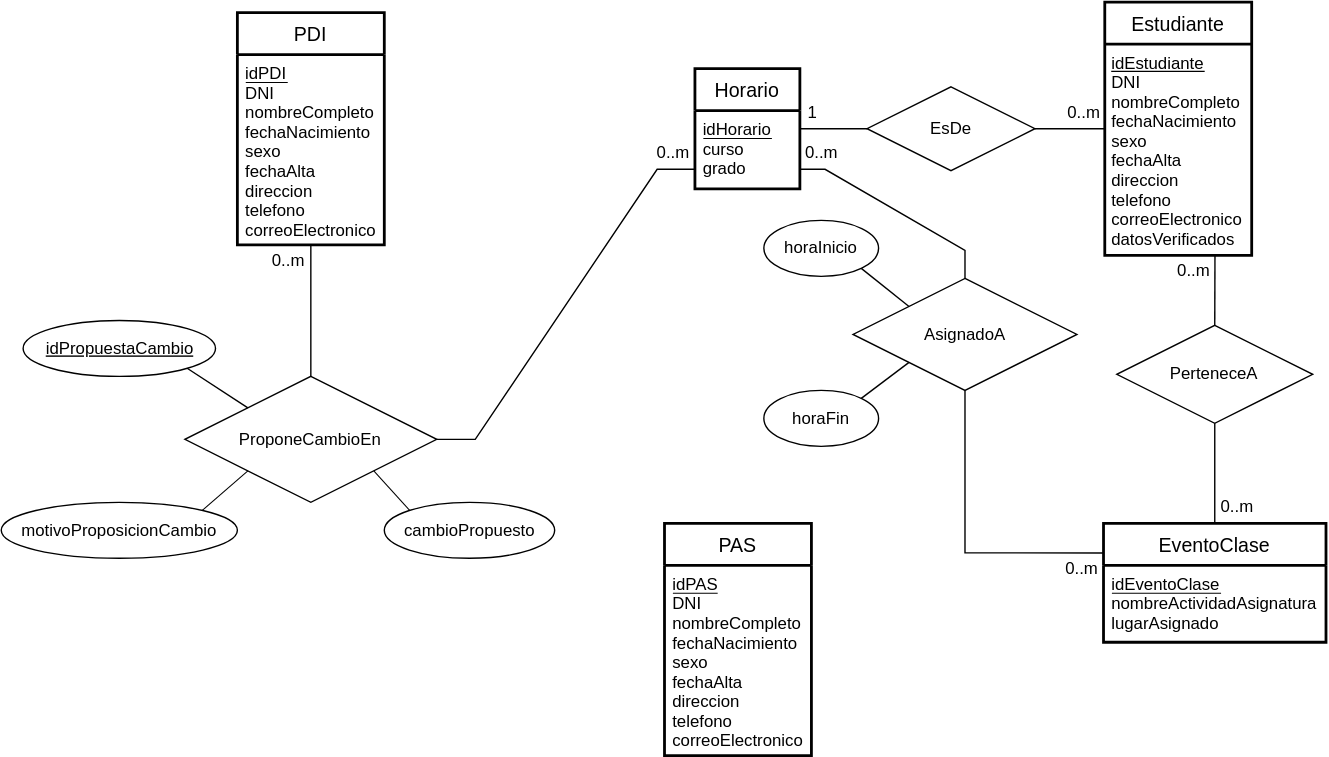
Above: LAB1/out/horarios/ER_horarios.svg in emg842/INRE-UAL-ROJO-2022 (draw.io), before the change. Source tidied: cells renumbered, new cells last; positions are measured from the earlier drawing's top-left corner, leaving out a move shared by most shapes.
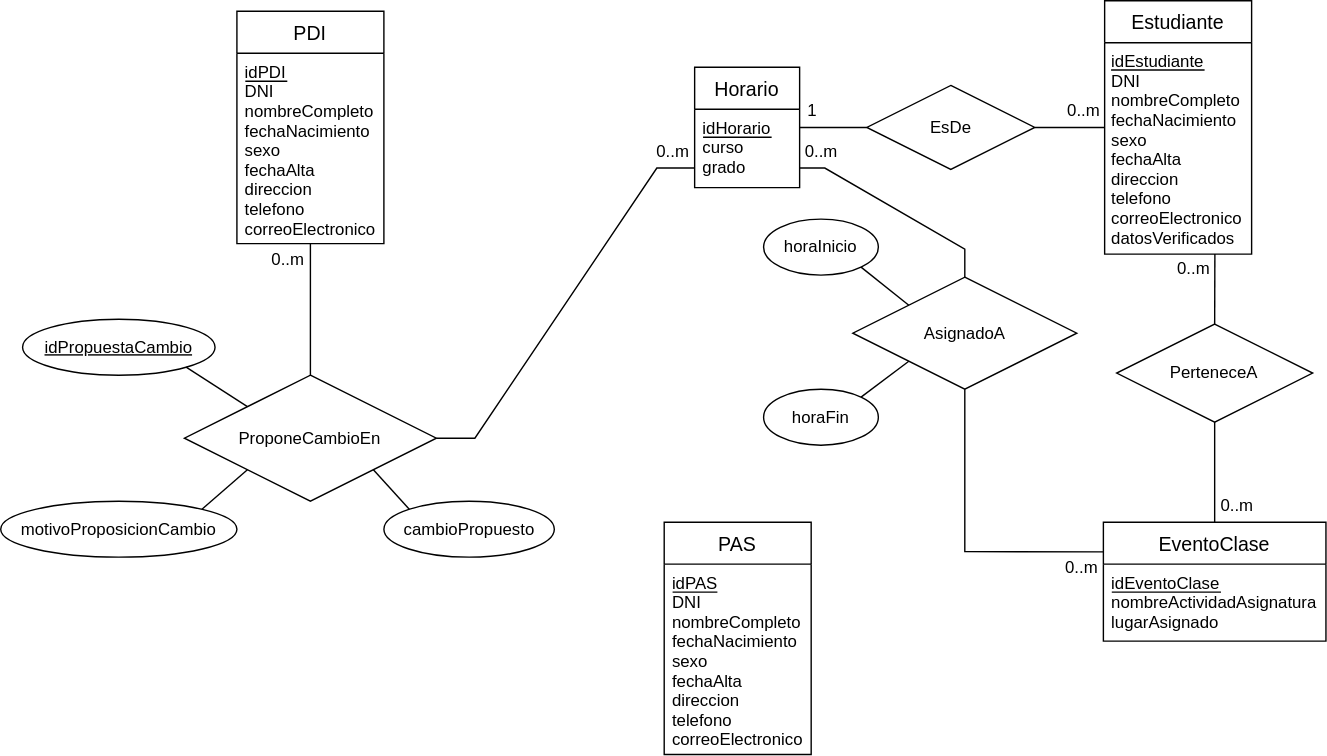
After the change.

Commit message:
actualizacion diagrama entidad relacion de actividad extra 4 y mejora en los READMEs

The edit, as a diff of the source:
```diff
@@ -2,39 +2,39 @@
   <root>
     <mxCell id="0" />
     <mxCell id="1" parent="0" />
-    <mxCell id="2" value="PDI" style="swimlane;horizontal=1;startSize=30;rounded=1;fontSize=14;fontStyle=0;strokeWidth=2;shadow=0;dashed=0;align=center;arcSize=0;" parent="1" vertex="1">
+    <mxCell id="2" value="PDI" style="swimlane;horizontal=1;startSize=30;rounded=1;fontSize=14;fontStyle=0;strokeWidth=1;shadow=0;dashed=0;align=center;arcSize=0;" parent="1" vertex="1">
       <mxGeometry x="168.8" y="7.5" width="105" height="166" as="geometry" />
     </mxCell>
-    <mxCell id="3" value="idPDI&#10;DNI&#10;nombreCompleto&#10;fechaNacimiento&#10;sexo&#10;fechaAlta&#10;direccion&#10;telefono&#10;correoElectronico" style="align=left;strokeColor=none;fillColor=none;spacingLeft=4;fontSize=12;verticalAlign=top;fontStyle=0;" parent="2" vertex="1">
+    <mxCell id="3" value="idPDI&#10;DNI&#10;nombreCompleto&#10;fechaNacimiento&#10;sexo&#10;fechaAlta&#10;direccion&#10;telefono&#10;correoElectronico" style="align=left;strokeColor=none;fillColor=none;spacingLeft=4;fontSize=12;verticalAlign=top;fontStyle=0;strokeWidth=1;" parent="2" vertex="1">
       <mxGeometry y="30" width="105" height="136" as="geometry" />
     </mxCell>
-    <mxCell id="4" value="Estudiante" style="swimlane;horizontal=1;startSize=30;rounded=1;fontSize=14;fontStyle=0;strokeWidth=2;shadow=0;dashed=0;align=center;arcSize=0;" parent="1" vertex="1">
+    <mxCell id="4" value="Estudiante" style="swimlane;horizontal=1;startSize=30;rounded=1;fontSize=14;fontStyle=0;strokeWidth=1;shadow=0;dashed=0;align=center;arcSize=0;" parent="1" vertex="1">
       <mxGeometry x="788.6" width="105" height="181" as="geometry" />
     </mxCell>
-    <mxCell id="5" value="Horario" style="swimlane;horizontal=1;startSize=30;rounded=1;fontSize=14;fontStyle=0;strokeWidth=2;shadow=0;dashed=0;align=center;arcSize=0;" parent="1" vertex="1">
+    <mxCell id="5" value="Horario" style="swimlane;horizontal=1;startSize=30;rounded=1;fontSize=14;fontStyle=0;strokeWidth=1;shadow=0;dashed=0;align=center;arcSize=0;" parent="1" vertex="1">
       <mxGeometry x="495.8" y="47.5" width="75" height="86" as="geometry" />
     </mxCell>
-    <mxCell id="6" value="EventoClase" style="swimlane;horizontal=1;startSize=30;rounded=1;fontSize=14;fontStyle=0;strokeWidth=2;shadow=0;dashed=0;align=center;arcSize=0;" parent="1" vertex="1">
+    <mxCell id="6" value="EventoClase" style="swimlane;horizontal=1;startSize=30;rounded=1;fontSize=14;fontStyle=0;strokeWidth=1;shadow=0;dashed=0;align=center;arcSize=0;" parent="1" vertex="1">
       <mxGeometry x="787.8" y="372.5" width="159" height="85" as="geometry" />
     </mxCell>
-    <mxCell id="7" value="EsDe" style="shape=rhombus;perimeter=rhombusPerimeter;whiteSpace=wrap;html=1;align=center;" parent="1" vertex="1">
+    <mxCell id="7" value="EsDe" style="shape=rhombus;perimeter=rhombusPerimeter;whiteSpace=wrap;html=1;align=center;strokeWidth=1;" parent="1" vertex="1">
       <mxGeometry x="618.8" y="60.5" width="120" height="60" as="geometry" />
     </mxCell>
-    <mxCell id="8" style="endArrow=none;html=1;rounded=0;entryX=0;entryY=0.5;entryDx=0;entryDy=0;exitX=1;exitY=0.5;exitDx=0;exitDy=0;" parent="1" edge="1" source="5" target="7">
+    <mxCell id="8" style="endArrow=none;html=1;rounded=0;entryX=0;entryY=0.5;entryDx=0;entryDy=0;exitX=1;exitY=0.5;exitDx=0;exitDy=0;strokeWidth=1;" parent="1" edge="1" source="5" target="7">
       <mxGeometry relative="1" as="geometry" />
     </mxCell>
-    <mxCell id="9" style="endArrow=none;html=1;rounded=0;exitX=1;exitY=0.5;exitDx=0;exitDy=0;" parent="1" edge="1" source="7">
+    <mxCell id="9" style="endArrow=none;html=1;rounded=0;exitX=1;exitY=0.5;exitDx=0;exitDy=0;strokeWidth=1;" parent="1" edge="1" source="7">
       <mxGeometry relative="1" as="geometry">
         <mxPoint x="788.8" y="90.5" as="targetPoint" />
       </mxGeometry>
     </mxCell>
-    <mxCell id="10" value="ProponeCambioEn" style="shape=rhombus;perimeter=rhombusPerimeter;whiteSpace=wrap;html=1;align=center;" parent="1" vertex="1">
+    <mxCell id="10" value="ProponeCambioEn" style="shape=rhombus;perimeter=rhombusPerimeter;whiteSpace=wrap;html=1;align=center;strokeWidth=1;" parent="1" vertex="1">
       <mxGeometry x="131.2" y="267.5" width="180" height="90" as="geometry" />
     </mxCell>
-    <mxCell id="11" style="endArrow=none;html=1;rounded=0;entryX=0.5;entryY=1;entryDx=0;entryDy=0;" parent="1" edge="1" source="10" target="3">
+    <mxCell id="11" style="endArrow=none;html=1;rounded=0;entryX=0.5;entryY=1;entryDx=0;entryDy=0;strokeWidth=1;" parent="1" edge="1" source="10" target="3">
       <mxGeometry relative="1" as="geometry" />
     </mxCell>
-    <mxCell id="12" style="endArrow=none;html=1;rounded=0;exitX=1;exitY=0.5;exitDx=0;exitDy=0;entryX=0;entryY=0.75;entryDx=0;entryDy=0;" parent="1" edge="1" source="10" target="33">
+    <mxCell id="12" style="endArrow=none;html=1;rounded=0;exitX=1;exitY=0.5;exitDx=0;exitDy=0;entryX=0;entryY=0.75;entryDx=0;entryDy=0;strokeWidth=1;" parent="1" edge="1" source="10" target="33">
       <mxGeometry relative="1" as="geometry">
         <Array as="points">
           <mxPoint x="338.8" y="312.5" />
@@ -42,19 +42,19 @@
         </Array>
       </mxGeometry>
     </mxCell>
-    <mxCell id="13" value="PerteneceA" style="shape=rhombus;perimeter=rhombusPerimeter;whiteSpace=wrap;html=1;align=center;" parent="1" vertex="1">
+    <mxCell id="13" value="PerteneceA" style="shape=rhombus;perimeter=rhombusPerimeter;whiteSpace=wrap;html=1;align=center;strokeWidth=1;" parent="1" vertex="1">
       <mxGeometry x="797.2" y="231" width="140" height="70" as="geometry" />
     </mxCell>
-    <mxCell id="14" style="endArrow=none;html=1;rounded=0;exitX=0.5;exitY=0;exitDx=0;exitDy=0;entryX=0.75;entryY=1;entryDx=0;entryDy=0;" parent="1" edge="1" source="13" target="4">
+    <mxCell id="14" style="endArrow=none;html=1;rounded=0;exitX=0.5;exitY=0;exitDx=0;exitDy=0;entryX=0.75;entryY=1;entryDx=0;entryDy=0;strokeWidth=1;" parent="1" edge="1" source="13" target="4">
       <mxGeometry relative="1" as="geometry" />
     </mxCell>
-    <mxCell id="15" style="endArrow=none;html=1;rounded=0;entryX=0.5;entryY=1;entryDx=0;entryDy=0;" parent="1" edge="1" source="6" target="13">
+    <mxCell id="15" style="endArrow=none;html=1;rounded=0;entryX=0.5;entryY=1;entryDx=0;entryDy=0;strokeWidth=1;" parent="1" edge="1" source="6" target="13">
       <mxGeometry relative="1" as="geometry" />
     </mxCell>
-    <mxCell id="16" value="AsignadoA" style="shape=rhombus;perimeter=rhombusPerimeter;whiteSpace=wrap;html=1;align=center;" parent="1" vertex="1">
+    <mxCell id="16" value="AsignadoA" style="shape=rhombus;perimeter=rhombusPerimeter;whiteSpace=wrap;html=1;align=center;strokeWidth=1;" parent="1" vertex="1">
       <mxGeometry x="608.8" y="197.5" width="160" height="80" as="geometry" />
     </mxCell>
-    <mxCell id="17" style="endArrow=none;html=1;rounded=0;exitX=0.5;exitY=0;exitDx=0;exitDy=0;entryX=1;entryY=0.75;entryDx=0;entryDy=0;" parent="1" edge="1" source="16" target="33">
+    <mxCell id="17" style="endArrow=none;html=1;rounded=0;exitX=0.5;exitY=0;exitDx=0;exitDy=0;entryX=1;entryY=0.75;entryDx=0;entryDy=0;strokeWidth=1;" parent="1" edge="1" source="16" target="33">
       <mxGeometry relative="1" as="geometry">
         <Array as="points">
           <mxPoint x="688.8" y="177.5" />
@@ -62,110 +62,110 @@
         </Array>
       </mxGeometry>
     </mxCell>
-    <mxCell id="18" style="endArrow=none;html=1;rounded=0;entryX=0.5;entryY=1;entryDx=0;entryDy=0;exitX=0;exitY=0.25;exitDx=0;exitDy=0;" parent="1" edge="1" source="6" target="16">
+    <mxCell id="18" style="endArrow=none;html=1;rounded=0;entryX=0.5;entryY=1;entryDx=0;entryDy=0;exitX=0;exitY=0.25;exitDx=0;exitDy=0;strokeWidth=1;" parent="1" edge="1" source="6" target="16">
       <mxGeometry relative="1" as="geometry">
         <Array as="points">
           <mxPoint x="688.8" y="393.5" />
         </Array>
       </mxGeometry>
     </mxCell>
-    <mxCell id="19" value="idPropuestaCambio" style="ellipse;whiteSpace=wrap;html=1;align=center;fontStyle=4;" parent="1" vertex="1">
+    <mxCell id="19" value="idPropuestaCambio" style="ellipse;whiteSpace=wrap;html=1;align=center;fontStyle=4;strokeWidth=1;" parent="1" vertex="1">
       <mxGeometry x="15.6" y="227.5" width="137.5" height="40" as="geometry" />
     </mxCell>
-    <mxCell id="20" style="endArrow=none;html=1;rounded=0;entryX=0;entryY=0;entryDx=0;entryDy=0;exitX=1;exitY=1;exitDx=0;exitDy=0;" parent="1" edge="1" source="19" target="10">
+    <mxCell id="20" style="endArrow=none;html=1;rounded=0;entryX=0;entryY=0;entryDx=0;entryDy=0;exitX=1;exitY=1;exitDx=0;exitDy=0;strokeWidth=1;" parent="1" edge="1" source="19" target="10">
       <mxGeometry relative="1" as="geometry" />
     </mxCell>
-    <mxCell id="21" style="endArrow=none;html=1;rounded=0;strokeWidth=0.75;" parent="1" edge="1">
+    <mxCell id="21" style="endArrow=none;html=1;rounded=0;strokeWidth=1;" parent="1" edge="1">
       <mxGeometry relative="1" as="geometry">
         <mxPoint x="793.8" y="422.5" as="sourcePoint" />
         <mxPoint x="871.8" y="422.5" as="targetPoint" />
       </mxGeometry>
     </mxCell>
-    <mxCell id="22" value="0..m" style="text;html=1;strokeColor=none;fillColor=none;align=center;verticalAlign=middle;whiteSpace=wrap;rounded=0;" parent="1" vertex="1">
+    <mxCell id="22" value="0..m" style="text;html=1;strokeColor=none;fillColor=none;align=center;verticalAlign=middle;whiteSpace=wrap;rounded=0;strokeWidth=1;" parent="1" vertex="1">
       <mxGeometry x="760.2" y="68" width="27.5" height="22.5" as="geometry" />
     </mxCell>
-    <mxCell id="23" value="1" style="text;html=1;strokeColor=none;fillColor=none;align=center;verticalAlign=middle;whiteSpace=wrap;rounded=0;" parent="1" vertex="1">
+    <mxCell id="23" value="1" style="text;html=1;strokeColor=none;fillColor=none;align=center;verticalAlign=middle;whiteSpace=wrap;rounded=0;strokeWidth=1;" parent="1" vertex="1">
       <mxGeometry x="570.8" y="68" width="18.2" height="22.5" as="geometry" />
     </mxCell>
-    <mxCell id="24" value="0..m" style="text;html=1;strokeColor=none;fillColor=none;align=center;verticalAlign=middle;whiteSpace=wrap;rounded=0;" parent="1" vertex="1">
+    <mxCell id="24" value="0..m" style="text;html=1;strokeColor=none;fillColor=none;align=center;verticalAlign=middle;whiteSpace=wrap;rounded=0;strokeWidth=1;" parent="1" vertex="1">
       <mxGeometry x="465.2" y="97" width="30.5" height="22.5" as="geometry" />
     </mxCell>
-    <mxCell id="25" value="0..m" style="text;html=1;strokeColor=none;fillColor=none;align=center;verticalAlign=middle;whiteSpace=wrap;rounded=0;" parent="1" vertex="1">
+    <mxCell id="25" value="0..m" style="text;html=1;strokeColor=none;fillColor=none;align=center;verticalAlign=middle;whiteSpace=wrap;rounded=0;strokeWidth=1;" parent="1" vertex="1">
       <mxGeometry x="570.8" y="97" width="30.5" height="22.5" as="geometry" />
     </mxCell>
-    <mxCell id="26" value="0..m" style="text;html=1;strokeColor=none;fillColor=none;align=center;verticalAlign=middle;whiteSpace=wrap;rounded=0;" parent="1" vertex="1">
+    <mxCell id="26" value="0..m" style="text;html=1;strokeColor=none;fillColor=none;align=center;verticalAlign=middle;whiteSpace=wrap;rounded=0;strokeWidth=1;" parent="1" vertex="1">
       <mxGeometry x="190.2" y="173.5" width="30.5" height="22.5" as="geometry" />
     </mxCell>
-    <mxCell id="27" value="0..m" style="text;html=1;strokeColor=none;fillColor=none;align=center;verticalAlign=middle;whiteSpace=wrap;rounded=0;" parent="1" vertex="1">
+    <mxCell id="27" value="0..m" style="text;html=1;strokeColor=none;fillColor=none;align=center;verticalAlign=middle;whiteSpace=wrap;rounded=0;strokeWidth=1;" parent="1" vertex="1">
       <mxGeometry x="837.2" y="181" width="30.5" height="22.5" as="geometry" />
     </mxCell>
-    <mxCell id="28" value="0..m" style="text;html=1;strokeColor=none;fillColor=none;align=center;verticalAlign=middle;whiteSpace=wrap;rounded=0;" parent="1" vertex="1">
+    <mxCell id="28" value="0..m" style="text;html=1;strokeColor=none;fillColor=none;align=center;verticalAlign=middle;whiteSpace=wrap;rounded=0;strokeWidth=1;" parent="1" vertex="1">
       <mxGeometry x="867.8" y="350" width="30.5" height="22.5" as="geometry" />
     </mxCell>
-    <mxCell id="29" style="endArrow=none;html=1;rounded=0;strokeWidth=0.75;" parent="1" edge="1">
+    <mxCell id="29" style="endArrow=none;html=1;rounded=0;strokeWidth=1;" parent="1" edge="1">
       <mxGeometry relative="1" as="geometry">
         <mxPoint x="174.8" y="57.5" as="sourcePoint" />
         <mxPoint x="204.8" y="57.5" as="targetPoint" />
       </mxGeometry>
     </mxCell>
-    <mxCell id="30" value="idEstudiante&#10;DNI&#10;nombreCompleto&#10;fechaNacimiento&#10;sexo&#10;fechaAlta&#10;direccion&#10;telefono&#10;correoElectronico&#10;datosVerificados" style="align=left;strokeColor=none;fillColor=none;spacingLeft=4;fontSize=12;verticalAlign=top;fontStyle=0;" parent="1" vertex="1">
+    <mxCell id="30" value="idEstudiante&#10;DNI&#10;nombreCompleto&#10;fechaNacimiento&#10;sexo&#10;fechaAlta&#10;direccion&#10;telefono&#10;correoElectronico&#10;datosVerificados" style="align=left;strokeColor=none;fillColor=none;spacingLeft=4;fontSize=12;verticalAlign=top;fontStyle=0;strokeWidth=1;" parent="1" vertex="1">
       <mxGeometry x="787.8" y="30" width="105" height="125" as="geometry" />
     </mxCell>
-    <mxCell id="31" style="endArrow=none;html=1;rounded=0;strokeWidth=0.75;" parent="1" edge="1">
+    <mxCell id="31" style="endArrow=none;html=1;rounded=0;strokeWidth=1;" parent="1" edge="1">
       <mxGeometry relative="1" as="geometry">
         <mxPoint x="793.2" y="49.5" as="sourcePoint" />
         <mxPoint x="860" y="49.5" as="targetPoint" />
       </mxGeometry>
     </mxCell>
-    <mxCell id="32" style="endArrow=none;html=1;rounded=0;strokeWidth=0.75;" parent="1" edge="1">
+    <mxCell id="32" style="endArrow=none;html=1;rounded=0;strokeWidth=1;" parent="1" edge="1">
       <mxGeometry relative="1" as="geometry">
         <mxPoint x="501.8" y="97.5" as="sourcePoint" />
         <mxPoint x="550.8" y="97.5" as="targetPoint" />
       </mxGeometry>
     </mxCell>
-    <mxCell id="33" value="idHorario&#10;curso&#10;grado" style="align=left;strokeColor=none;fillColor=none;spacingLeft=4;fontSize=12;verticalAlign=top;fontStyle=0;" parent="1" vertex="1">
+    <mxCell id="33" value="idHorario&#10;curso&#10;grado" style="align=left;strokeColor=none;fillColor=none;spacingLeft=4;fontSize=12;verticalAlign=top;fontStyle=0;strokeWidth=1;" parent="1" vertex="1">
       <mxGeometry x="495.8" y="77.5" width="75" height="56" as="geometry" />
     </mxCell>
-    <mxCell id="34" value="idEventoClase&#10;nombreActividadAsignatura&#10;lugarAsignado" style="align=left;strokeColor=none;fillColor=none;spacingLeft=4;fontSize=12;verticalAlign=top;fontStyle=0;" parent="1" vertex="1">
+    <mxCell id="34" value="idEventoClase&#10;nombreActividadAsignatura&#10;lugarAsignado" style="align=left;strokeColor=none;fillColor=none;spacingLeft=4;fontSize=12;verticalAlign=top;fontStyle=0;strokeWidth=1;" parent="1" vertex="1">
       <mxGeometry x="787.8" y="402.5" width="159" height="55" as="geometry" />
     </mxCell>
-    <mxCell id="35" value="PAS" style="swimlane;horizontal=1;startSize=30;rounded=1;fontSize=14;fontStyle=0;strokeWidth=2;shadow=0;dashed=0;align=center;arcSize=0;" parent="1" vertex="1">
+    <mxCell id="35" value="PAS" style="swimlane;horizontal=1;startSize=30;rounded=1;fontSize=14;fontStyle=0;strokeWidth=1;shadow=0;dashed=0;align=center;arcSize=0;" parent="1" vertex="1">
       <mxGeometry x="474" y="372.5" width="105" height="166" as="geometry" />
     </mxCell>
-    <mxCell id="36" style="endArrow=none;html=1;rounded=0;strokeWidth=0.75;" parent="35" edge="1">
+    <mxCell id="36" style="endArrow=none;html=1;rounded=0;strokeWidth=1;" parent="35" edge="1">
       <mxGeometry relative="1" as="geometry">
         <mxPoint x="6" y="50" as="sourcePoint" />
         <mxPoint x="38" y="50" as="targetPoint" />
       </mxGeometry>
     </mxCell>
-    <mxCell id="37" value="idPAS&#10;DNI&#10;nombreCompleto&#10;fechaNacimiento&#10;sexo&#10;fechaAlta&#10;direccion&#10;telefono&#10;correoElectronico" style="align=left;strokeColor=none;fillColor=none;spacingLeft=4;fontSize=12;verticalAlign=top;fontStyle=0;" parent="35" vertex="1">
+    <mxCell id="37" value="idPAS&#10;DNI&#10;nombreCompleto&#10;fechaNacimiento&#10;sexo&#10;fechaAlta&#10;direccion&#10;telefono&#10;correoElectronico" style="align=left;strokeColor=none;fillColor=none;spacingLeft=4;fontSize=12;verticalAlign=top;fontStyle=0;strokeWidth=1;" parent="35" vertex="1">
       <mxGeometry y="30" width="105" height="136" as="geometry" />
     </mxCell>
-    <mxCell id="38" value="motivoProposicionCambio" style="ellipse;whiteSpace=wrap;html=1;align=center;" parent="1" vertex="1">
+    <mxCell id="38" value="motivoProposicionCambio" style="ellipse;whiteSpace=wrap;html=1;align=center;strokeWidth=1;" parent="1" vertex="1">
       <mxGeometry y="357.5" width="168.8" height="40" as="geometry" />
     </mxCell>
-    <mxCell id="39" value="cambioPropuesto" style="ellipse;whiteSpace=wrap;html=1;align=center;" parent="1" vertex="1">
+    <mxCell id="39" value="cambioPropuesto" style="ellipse;whiteSpace=wrap;html=1;align=center;strokeWidth=1;" parent="1" vertex="1">
       <mxGeometry x="273.8" y="357.5" width="121.8" height="40" as="geometry" />
     </mxCell>
-    <mxCell id="40" style="endArrow=none;html=1;rounded=0;strokeWidth=0.75;entryX=0;entryY=1;entryDx=0;entryDy=0;exitX=1;exitY=0;exitDx=0;exitDy=0;" parent="1" edge="1" source="38" target="10">
+    <mxCell id="40" style="endArrow=none;html=1;rounded=0;strokeWidth=1;entryX=0;entryY=1;entryDx=0;entryDy=0;exitX=1;exitY=0;exitDx=0;exitDy=0;" parent="1" edge="1" source="38" target="10">
       <mxGeometry relative="1" as="geometry" />
     </mxCell>
-    <mxCell id="41" style="endArrow=none;html=1;rounded=0;strokeWidth=0.75;entryX=1;entryY=1;entryDx=0;entryDy=0;exitX=0;exitY=0;exitDx=0;exitDy=0;" parent="1" edge="1" source="39" target="10">
+    <mxCell id="41" style="endArrow=none;html=1;rounded=0;strokeWidth=1;entryX=1;entryY=1;entryDx=0;entryDy=0;exitX=0;exitY=0;exitDx=0;exitDy=0;" parent="1" edge="1" source="39" target="10">
       <mxGeometry relative="1" as="geometry" />
     </mxCell>
-    <mxCell id="42" value="0..m" style="text;html=1;strokeColor=none;fillColor=none;align=center;verticalAlign=middle;whiteSpace=wrap;rounded=0;" parent="1" vertex="1">
+    <mxCell id="42" value="0..m" style="text;html=1;strokeColor=none;fillColor=none;align=center;verticalAlign=middle;whiteSpace=wrap;rounded=0;strokeWidth=1;" parent="1" vertex="1">
       <mxGeometry x="757.2" y="393.5" width="30.5" height="22.5" as="geometry" />
     </mxCell>
-    <mxCell id="43" value="horaInicio" style="ellipse;whiteSpace=wrap;html=1;align=center;" parent="1" vertex="1">
+    <mxCell id="43" value="horaInicio" style="ellipse;whiteSpace=wrap;html=1;align=center;strokeWidth=1;" parent="1" vertex="1">
       <mxGeometry x="545" y="156" width="82" height="40" as="geometry" />
     </mxCell>
-    <mxCell id="44" value="horaFin" style="ellipse;whiteSpace=wrap;html=1;align=center;" parent="1" vertex="1">
+    <mxCell id="44" value="horaFin" style="ellipse;whiteSpace=wrap;html=1;align=center;strokeWidth=1;" parent="1" vertex="1">
       <mxGeometry x="545" y="277.5" width="82" height="40" as="geometry" />
     </mxCell>
-    <mxCell id="45" style="endArrow=none;html=1;rounded=0;entryX=0;entryY=1;entryDx=0;entryDy=0;exitX=1;exitY=0;exitDx=0;exitDy=0;" parent="1" edge="1" source="44" target="16">
+    <mxCell id="45" style="endArrow=none;html=1;rounded=0;entryX=0;entryY=1;entryDx=0;entryDy=0;exitX=1;exitY=0;exitDx=0;exitDy=0;strokeWidth=1;" parent="1" edge="1" source="44" target="16">
       <mxGeometry relative="1" as="geometry" />
     </mxCell>
-    <mxCell id="46" style="endArrow=none;html=1;rounded=0;entryX=0;entryY=0;entryDx=0;entryDy=0;exitX=1;exitY=1;exitDx=0;exitDy=0;" parent="1" edge="1" source="43" target="16">
+    <mxCell id="46" style="endArrow=none;html=1;rounded=0;entryX=0;entryY=0;entryDx=0;entryDy=0;exitX=1;exitY=1;exitDx=0;exitDy=0;strokeWidth=1;" parent="1" edge="1" source="43" target="16">
       <mxGeometry relative="1" as="geometry" />
     </mxCell>
   </root>
```
